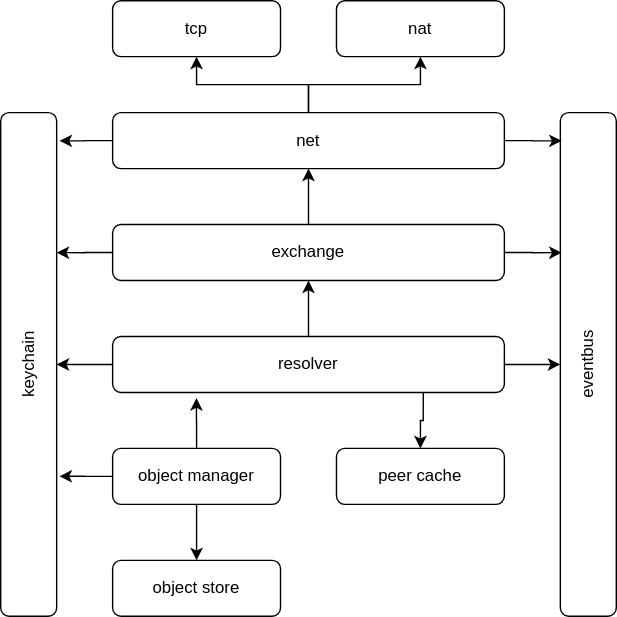
Above: README-lib-architecture.drawio.svg in nimona/go-nimona (draw.io), before the change. Source tidied: cells renumbered, new cells last; positions are measured from the earlier drawing's top-left corner, leaving out a move shared by most shapes.
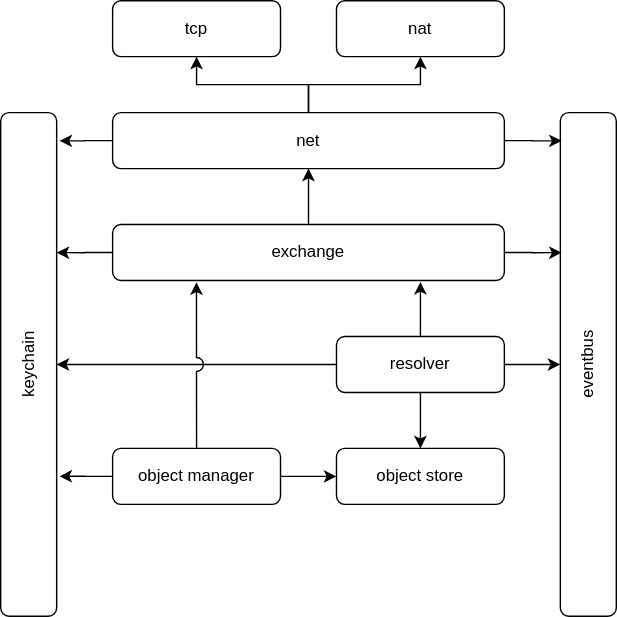
After the commit.

Commit message:
chore(README): fix object store in architecture

What changed in the source:
```diff
@@ -38,36 +38,39 @@
     <mxCell id="13" style="edgeStyle=orthogonalEdgeStyle;rounded=0;jettySize=auto;html=1;entryX=0;entryY=0.5;entryDx=0;entryDy=0;" parent="1" edge="1" source="17" target="3">
       <mxGeometry relative="1" as="geometry" />
     </mxCell>
-    <mxCell id="14" style="edgeStyle=orthogonalEdgeStyle;rounded=0;jettySize=auto;html=1;entryX=0.5;entryY=1;entryDx=0;entryDy=0;" parent="1" edge="1" source="17" target="12">
-      <mxGeometry relative="1" as="geometry" />
+    <mxCell id="14" style="edgeStyle=orthogonalEdgeStyle;rounded=0;jettySize=auto;html=1;" parent="1" edge="1" source="17">
+      <mxGeometry relative="1" as="geometry">
+        <mxPoint x="300" y="201" as="targetPoint" />
+      </mxGeometry>
     </mxCell>
-    <mxCell id="15" style="edgeStyle=orthogonalEdgeStyle;rounded=0;jettySize=auto;html=1;entryX=1;entryY=0.5;entryDx=0;entryDy=0;" parent="1" edge="1" source="17" target="2">
+    <mxCell id="15" style="edgeStyle=orthogonalEdgeStyle;rounded=0;jettySize=auto;html=1;entryX=1;entryY=0.5;entryDx=0;entryDy=0;jumpStyle=sharp;" parent="1" edge="1" source="17" target="2">
       <mxGeometry relative="1" as="geometry" />
     </mxCell>
-    <mxCell id="16" style="edgeStyle=orthogonalEdgeStyle;rounded=0;jettySize=auto;html=1;entryX=0.5;entryY=0;entryDx=0;entryDy=0;exitX=0.793;exitY=0.975;exitDx=0;exitDy=0;exitPerimeter=0;" parent="1" edge="1" source="17" target="23">
-      <mxGeometry relative="1" as="geometry" />
-    </mxCell>
+    <mxCell id="26" style="edgeStyle=orthogonalEdgeStyle;rounded=0;jumpStyle=arc;jumpSize=10;jettySize=auto;html=1;exitX=0.5;exitY=1;exitDx=0;exitDy=0;entryX=0.5;entryY=0;entryDx=0;entryDy=0;" parent="1" edge="1" source="17" target="22">
+      <mxGeometry relative="1" as="geometry" />
+    </mxCell>
     <mxCell id="17" value="resolver" style="rounded=1;whiteSpace=wrap;html=1;labelBackgroundColor=none;gradientColor=none;" parent="1" vertex="1">
-      <mxGeometry x="80" y="240" width="280" height="40" as="geometry" />
+      <mxGeometry x="240" y="240" width="120" height="40" as="geometry" />
     </mxCell>
-    <mxCell id="18" style="edgeStyle=orthogonalEdgeStyle;rounded=0;jettySize=auto;html=1;entryX=0.5;entryY=0;entryDx=0;entryDy=0;" parent="1" edge="1" source="21" target="22">
+    <mxCell id="18" style="edgeStyle=orthogonalEdgeStyle;rounded=0;jettySize=auto;html=1;entryX=0;entryY=0.5;entryDx=0;entryDy=0;" parent="1" edge="1" source="21" target="22">
       <mxGeometry relative="1" as="geometry" />
     </mxCell>
-    <mxCell id="19" style="edgeStyle=orthogonalEdgeStyle;rounded=0;jettySize=auto;html=1;entryX=0.214;entryY=1.1;entryDx=0;entryDy=0;entryPerimeter=0;" parent="1" edge="1" source="21" target="17">
-      <mxGeometry relative="1" as="geometry" />
-    </mxCell>
     <mxCell id="20" style="edgeStyle=orthogonalEdgeStyle;rounded=0;jettySize=auto;html=1;entryX=1.05;entryY=0.722;entryDx=0;entryDy=0;entryPerimeter=0;" parent="1" edge="1" source="21" target="2">
       <mxGeometry relative="1" as="geometry" />
     </mxCell>
+    <mxCell id="27" style="edgeStyle=orthogonalEdgeStyle;rounded=0;jettySize=auto;html=1;exitX=0.5;exitY=0;exitDx=0;exitDy=0;entryX=0.214;entryY=1.032;entryDx=0;entryDy=0;entryPerimeter=0;jumpStyle=arc;jumpSize=10;" parent="1" edge="1" source="21" target="12">
+      <mxGeometry relative="1" as="geometry">
+        <Array as="points">
+          <mxPoint x="140" y="240" />
+        </Array>
+      </mxGeometry>
+    </mxCell>
     <mxCell id="21" value="object manager" style="rounded=1;whiteSpace=wrap;html=1;" parent="1" vertex="1">
       <mxGeometry x="80" y="320" width="120" height="40" as="geometry" />
     </mxCell>
     <mxCell id="22" value="object store" style="rounded=1;whiteSpace=wrap;html=1;" parent="1" vertex="1">
-      <mxGeometry x="80" y="400" width="120" height="40" as="geometry" />
+      <mxGeometry x="240" y="320" width="120" height="40" as="geometry" />
     </mxCell>
-    <mxCell id="23" value="peer cache" style="rounded=1;whiteSpace=wrap;html=1;labelBackgroundColor=none;gradientColor=none;" parent="1" vertex="1">
-      <mxGeometry x="240" y="320" width="120" height="40" as="geometry" />
-    </mxCell>
     <mxCell id="24" value="nat" style="rounded=1;whiteSpace=wrap;html=1;" parent="1" vertex="1">
       <mxGeometry x="240" width="120" height="40" as="geometry" />
     </mxCell>
```
